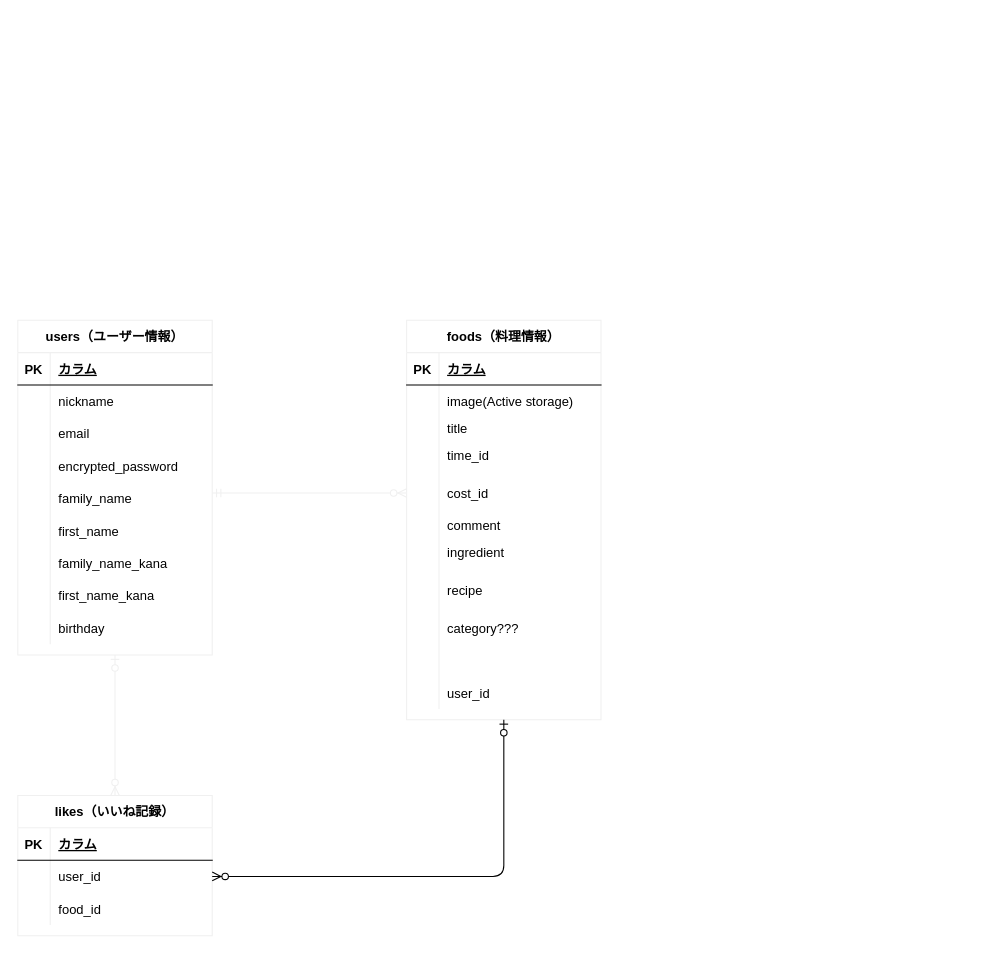
The draw.io diagram nutrik.dio in matsunaga1994/nutrik, before the edit. Source tidied: cells renumbered, new cells numbered last; positions are measured from the earlier drawing's top-left corner, leaving out a move shared by most shapes. Both pictures are drawn from the tidied source at 108%, with x=0, y=0 at pixel (17, 320).
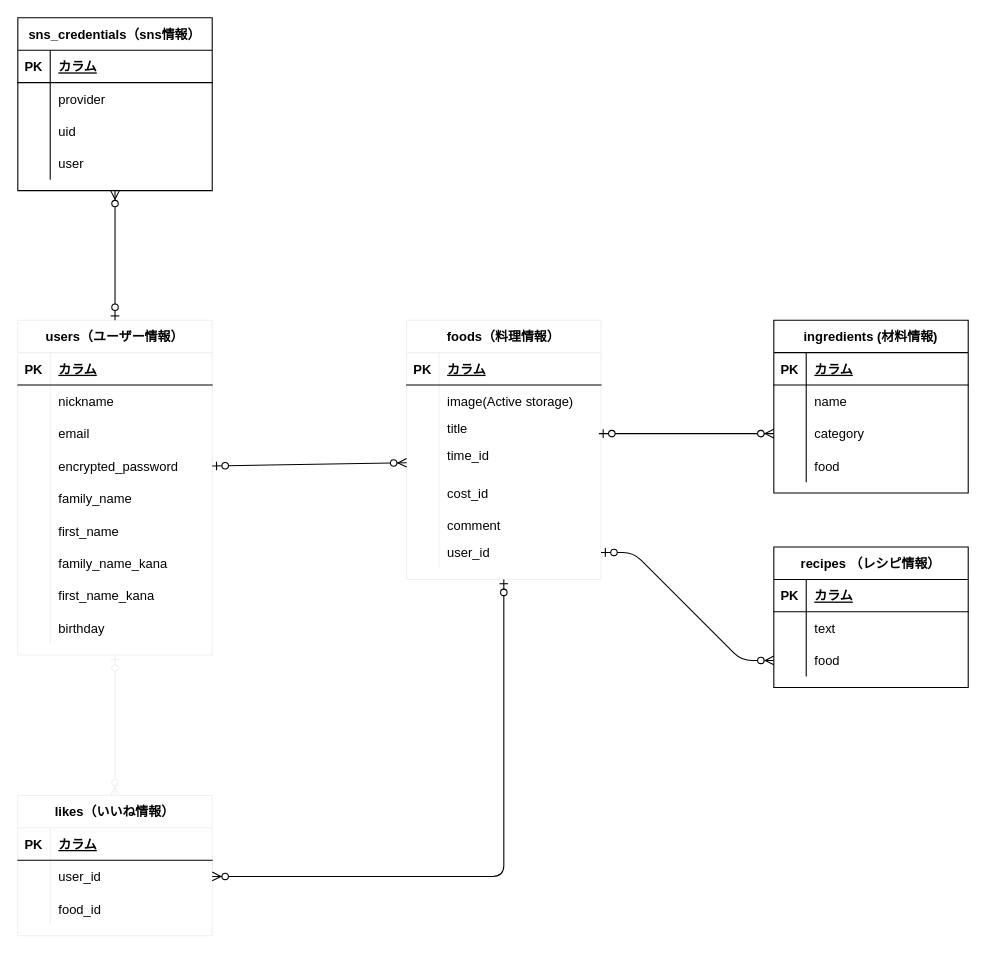
Above is the later version.

Commit message (it also covers changes not shown here):
ER図とREADMEの編集

Unchanged cells that the change refers to:
```xml
<mxCell id="2" value="users（ユーザー情報）" style="shape=table;startSize=30;childLayout=tableLayout;rowLines=0;fontStyle=1;align=center;strokeColor=#f0f0f0;" parent="1" vertex="1">
  <mxGeometry width="180" height="310" as="geometry" />
</mxCell>
<mxCell id="12" style="shape=partialRectangle;fillColor=none;top=0;left=0;bottom=0;right=0;points=[[0,0.5],[1,0.5]];portConstraint=eastwest;" parent="2" vertex="1">
  <mxGeometry y="120" width="180" height="30" as="geometry" />
</mxCell>
<mxCell id="40" style="shape=partialRectangle;fillColor=none;top=0;left=0;bottom=0;right=0;points=[[0,0.5],[1,0.5]];portConstraint=eastwest;" parent="30" vertex="1">
  <mxGeometry y="110" width="180" height="30" as="geometry" />
</mxCell>
<mxCell id="43" style="shape=partialRectangle;fillColor=none;top=0;left=0;bottom=0;right=0;points=[[0,0.5],[1,0.5]];portConstraint=eastwest;" parent="30" vertex="1">
  <mxGeometry y="140" width="180" height="40" as="geometry" />
</mxCell>
```

Diff of the diagram source:
```diff
@@
     <mxCell id="30" value="foods（料理情報）" style="shape=table;startSize=30;childLayout=tableLayout;rowLines=0;fontStyle=1;align=center;strokeColor=#f0f0f0;" parent="1" vertex="1">
-      <mxGeometry x="360" width="180" height="370" as="geometry" />
+      <mxGeometry x="360" width="180" height="240" as="geometry" />
     </mxCell>
@@
-    <mxCell id="49" style="shape=partialRectangle;fillColor=none;top=0;left=0;bottom=0;right=0;" parent="30" vertex="1">
-      <mxGeometry y="200" width="180" height="30" as="geometry" />
-    </mxCell>
-    <mxCell id="50" style="shape=partialRectangle;fillColor=none;top=0;left=0;bottom=0;right=0;overflow=hidden;" parent="49" vertex="1">
-      <mxGeometry width="30" height="30" as="geometry" />
-    </mxCell>
-    <mxCell id="51" value="ingredient" style="shape=partialRectangle;fillColor=none;top=0;left=0;bottom=0;right=0;align=left;spacingLeft=6;overflow=hidden;" parent="49" vertex="1">
-      <mxGeometry x="30" width="150" height="30" as="geometry" />
-    </mxCell>
-    <mxCell id="52" style="shape=partialRectangle;fillColor=none;top=0;left=0;bottom=0;right=0;" parent="30" vertex="1">
-      <mxGeometry y="230" width="180" height="40" as="geometry" />
-    </mxCell>
-    <mxCell id="53" style="shape=partialRectangle;fillColor=none;top=0;left=0;bottom=0;right=0;overflow=hidden;" parent="52" vertex="1">
-      <mxGeometry width="30" height="40" as="geometry" />
-    </mxCell>
-    <mxCell id="54" value="recipe" style="shape=partialRectangle;fillColor=none;top=0;left=0;bottom=0;right=0;align=left;spacingLeft=6;overflow=hidden;" parent="52" vertex="1">
-      <mxGeometry x="30" width="150" height="40" as="geometry" />
-    </mxCell>
-    <mxCell id="55" style="shape=partialRectangle;fillColor=none;top=0;left=0;bottom=0;right=0;" parent="30" vertex="1">
-      <mxGeometry y="270" width="180" height="30" as="geometry" />
-    </mxCell>
-    <mxCell id="56" style="shape=partialRectangle;fillColor=none;top=0;left=0;bottom=0;right=0;overflow=hidden;" parent="55" vertex="1">
-      <mxGeometry width="30" height="30" as="geometry" />
-    </mxCell>
-    <mxCell id="57" value="category???" style="shape=partialRectangle;fillColor=none;top=0;left=0;bottom=0;right=0;align=left;spacingLeft=6;overflow=hidden;" parent="55" vertex="1">
-      <mxGeometry x="30" width="150" height="30" as="geometry" />
-    </mxCell>
-    <mxCell id="58" style="shape=partialRectangle;fillColor=none;top=0;left=0;bottom=0;right=0;" parent="30" vertex="1">
-      <mxGeometry y="300" width="180" height="30" as="geometry" />
-    </mxCell>
-    <mxCell id="59" style="shape=partialRectangle;fillColor=none;top=0;left=0;bottom=0;right=0;overflow=hidden;" parent="58" vertex="1">
-      <mxGeometry width="30" height="30" as="geometry" />
-    </mxCell>
-    <mxCell id="60" style="shape=partialRectangle;fillColor=none;top=0;left=0;bottom=0;right=0;align=left;spacingLeft=6;overflow=hidden;" parent="58" vertex="1">
-      <mxGeometry x="30" width="150" height="30" as="geometry" />
-    </mxCell>
     <mxCell id="61" style="shape=partialRectangle;fillColor=none;top=0;left=0;bottom=0;right=0;points=[[0,0.5],[1,0.5]];portConstraint=eastwest;" parent="30" vertex="1">
-      <mxGeometry y="330" width="180" height="30" as="geometry" />
+      <mxGeometry y="200" width="180" height="30" as="geometry" />
     </mxCell>
@@
-    <mxCell id="64" value="likes（いいね記録）" style="shape=table;startSize=30;childLayout=tableLayout;rowLines=0;fontStyle=1;align=center;strokeColor=#f0f0f0;" parent="1" vertex="1">
+    <mxCell id="64" value="likes（いいね情報）" style="shape=table;startSize=30;childLayout=tableLayout;rowLines=0;fontStyle=1;align=center;strokeColor=#f0f0f0;" parent="1" vertex="1">
       <mxGeometry y="440" width="180" height="130" as="geometry" />
     </mxCell>
@@
-    <mxCell id="75" style="fontSize=12;html=1;endArrow=ERzeroToMany;startArrow=ERmandOne;strokeColor=#f0f0f0;entryX=0;entryY=0.5;entryDx=0;entryDy=0;" parent="1" edge="1" target="43">
-      <mxGeometry relative="1" as="geometry">
-        <mxPoint x="180" y="160" as="sourcePoint" />
-      </mxGeometry>
-    </mxCell>
@@
+    <mxCell id="77" value="ingredients (材料情報)" style="shape=table;startSize=30;childLayout=tableLayout;rowLines=0;fontStyle=1;align=center;" parent="1" vertex="1">
+      <mxGeometry x="700" width="180" height="160" as="geometry" />
+    </mxCell>
+    <mxCell id="78" style="shape=partialRectangle;fillColor=none;top=0;left=0;bottom=1;right=0;" parent="77" vertex="1">
+      <mxGeometry y="30" width="180" height="30" as="geometry" />
+    </mxCell>
+    <mxCell id="79" value="PK" style="shape=partialRectangle;fillColor=none;top=0;left=0;bottom=0;right=0;fontStyle=1;overflow=hidden;" parent="78" vertex="1">
+      <mxGeometry width="30" height="30" as="geometry" />
+    </mxCell>
+    <mxCell id="80" value="カラム" style="shape=partialRectangle;fillColor=none;top=0;left=0;bottom=0;right=0;align=left;spacingLeft=6;fontStyle=5;overflow=hidden;" parent="78" vertex="1">
+      <mxGeometry x="30" width="150" height="30" as="geometry" />
+    </mxCell>
+    <mxCell id="81" style="shape=partialRectangle;fillColor=none;top=0;left=0;bottom=0;right=0;" parent="77" vertex="1">
+      <mxGeometry y="60" width="180" height="30" as="geometry" />
+    </mxCell>
+    <mxCell id="82" style="shape=partialRectangle;fillColor=none;top=0;left=0;bottom=0;right=0;overflow=hidden;" parent="81" vertex="1">
+      <mxGeometry width="30" height="30" as="geometry" />
+    </mxCell>
+    <mxCell id="83" value="name" style="shape=partialRectangle;fillColor=none;top=0;left=0;bottom=0;right=0;align=left;spacingLeft=6;overflow=hidden;" parent="81" vertex="1">
+      <mxGeometry x="30" width="150" height="30" as="geometry" />
+    </mxCell>
+    <mxCell id="84" style="shape=partialRectangle;fillColor=none;top=0;left=0;bottom=0;right=0;points=[[0,0.5],[1,0.5]];portConstraint=eastwest;" parent="77" vertex="1">
+      <mxGeometry y="90" width="180" height="30" as="geometry" />
+    </mxCell>
+    <mxCell id="85" style="shape=partialRectangle;fillColor=none;top=0;left=0;bottom=0;right=0;overflow=hidden;" parent="84" vertex="1">
+      <mxGeometry width="30" height="30" as="geometry" />
+    </mxCell>
+    <mxCell id="86" value="category" style="shape=partialRectangle;fillColor=none;top=0;left=0;bottom=0;right=0;align=left;spacingLeft=6;overflow=hidden;" parent="84" vertex="1">
+      <mxGeometry x="30" width="150" height="30" as="geometry" />
+    </mxCell>
+    <mxCell id="87" style="shape=partialRectangle;fillColor=none;top=0;left=0;bottom=0;right=0;" parent="77" vertex="1">
+      <mxGeometry y="120" width="180" height="30" as="geometry" />
+    </mxCell>
+    <mxCell id="88" style="shape=partialRectangle;fillColor=none;top=0;left=0;bottom=0;right=0;overflow=hidden;" parent="87" vertex="1">
+      <mxGeometry width="30" height="30" as="geometry" />
+    </mxCell>
+    <mxCell id="89" value="food" style="shape=partialRectangle;fillColor=none;top=0;left=0;bottom=0;right=0;align=left;spacingLeft=6;overflow=hidden;" parent="87" vertex="1">
+      <mxGeometry x="30" width="150" height="30" as="geometry" />
+    </mxCell>
+    <mxCell id="90" value="recipes （レシピ情報）" style="shape=table;startSize=30;childLayout=tableLayout;rowLines=0;fontStyle=1;align=center;" parent="1" vertex="1">
+      <mxGeometry x="700" y="210" width="180" height="130" as="geometry" />
+    </mxCell>
+    <mxCell id="91" style="shape=partialRectangle;fillColor=none;top=0;left=0;bottom=1;right=0;" parent="90" vertex="1">
+      <mxGeometry y="30" width="180" height="30" as="geometry" />
+    </mxCell>
+    <mxCell id="92" value="PK" style="shape=partialRectangle;fillColor=none;top=0;left=0;bottom=0;right=0;fontStyle=1;overflow=hidden;" parent="91" vertex="1">
+      <mxGeometry width="30" height="30" as="geometry" />
+    </mxCell>
+    <mxCell id="93" value="カラム" style="shape=partialRectangle;fillColor=none;top=0;left=0;bottom=0;right=0;align=left;spacingLeft=6;fontStyle=5;overflow=hidden;" parent="91" vertex="1">
+      <mxGeometry x="30" width="150" height="30" as="geometry" />
+    </mxCell>
+    <mxCell id="94" style="shape=partialRectangle;fillColor=none;top=0;left=0;bottom=0;right=0;" parent="90" vertex="1">
+      <mxGeometry y="60" width="180" height="30" as="geometry" />
+    </mxCell>
+    <mxCell id="95" style="shape=partialRectangle;fillColor=none;top=0;left=0;bottom=0;right=0;overflow=hidden;" parent="94" vertex="1">
+      <mxGeometry width="30" height="30" as="geometry" />
+    </mxCell>
+    <mxCell id="96" value="text" style="shape=partialRectangle;fillColor=none;top=0;left=0;bottom=0;right=0;align=left;spacingLeft=6;overflow=hidden;" parent="94" vertex="1">
+      <mxGeometry x="30" width="150" height="30" as="geometry" />
+    </mxCell>
+    <mxCell id="97" style="shape=partialRectangle;fillColor=none;top=0;left=0;bottom=0;right=0;points=[[0,0.5],[1,0.5]];portConstraint=eastwest;" parent="90" vertex="1">
+      <mxGeometry y="90" width="180" height="30" as="geometry" />
+    </mxCell>
+    <mxCell id="98" style="shape=partialRectangle;fillColor=none;top=0;left=0;bottom=0;right=0;overflow=hidden;" parent="97" vertex="1">
+      <mxGeometry width="30" height="30" as="geometry" />
+    </mxCell>
+    <mxCell id="99" value="food" style="shape=partialRectangle;fillColor=none;top=0;left=0;bottom=0;right=0;align=left;spacingLeft=6;overflow=hidden;" parent="97" vertex="1">
+      <mxGeometry x="30" width="150" height="30" as="geometry" />
+    </mxCell>
+    <mxCell id="100" value="sns_credentials（sns情報）" style="shape=table;startSize=30;childLayout=tableLayout;rowLines=0;fontStyle=1;align=center;" parent="1" vertex="1">
+      <mxGeometry y="-280" width="180" height="160" as="geometry" />
+    </mxCell>
+    <mxCell id="101" style="shape=partialRectangle;fillColor=none;top=0;left=0;bottom=1;right=0;" parent="100" vertex="1">
+      <mxGeometry y="30" width="180" height="30" as="geometry" />
+    </mxCell>
+    <mxCell id="102" value="PK" style="shape=partialRectangle;fillColor=none;top=0;left=0;bottom=0;right=0;fontStyle=1;overflow=hidden;" parent="101" vertex="1">
+      <mxGeometry width="30" height="30" as="geometry" />
+    </mxCell>
+    <mxCell id="103" value="カラム" style="shape=partialRectangle;fillColor=none;top=0;left=0;bottom=0;right=0;align=left;spacingLeft=6;fontStyle=5;overflow=hidden;" parent="101" vertex="1">
+      <mxGeometry x="30" width="150" height="30" as="geometry" />
+    </mxCell>
+    <mxCell id="104" style="shape=partialRectangle;fillColor=none;top=0;left=0;bottom=0;right=0;" parent="100" vertex="1">
+      <mxGeometry y="60" width="180" height="30" as="geometry" />
+    </mxCell>
+    <mxCell id="105" style="shape=partialRectangle;fillColor=none;top=0;left=0;bottom=0;right=0;overflow=hidden;" parent="104" vertex="1">
+      <mxGeometry width="30" height="30" as="geometry" />
+    </mxCell>
+    <mxCell id="106" value="provider" style="shape=partialRectangle;fillColor=none;top=0;left=0;bottom=0;right=0;align=left;spacingLeft=6;overflow=hidden;" parent="104" vertex="1">
+      <mxGeometry x="30" width="150" height="30" as="geometry" />
+    </mxCell>
+    <mxCell id="107" style="shape=partialRectangle;fillColor=none;top=0;left=0;bottom=0;right=0;" parent="100" vertex="1">
+      <mxGeometry y="90" width="180" height="30" as="geometry" />
+    </mxCell>
+    <mxCell id="108" style="shape=partialRectangle;fillColor=none;top=0;left=0;bottom=0;right=0;overflow=hidden;" parent="107" vertex="1">
+      <mxGeometry width="30" height="30" as="geometry" />
+    </mxCell>
+    <mxCell id="109" value="uid" style="shape=partialRectangle;fillColor=none;top=0;left=0;bottom=0;right=0;align=left;spacingLeft=6;overflow=hidden;" parent="107" vertex="1">
+      <mxGeometry x="30" width="150" height="30" as="geometry" />
+    </mxCell>
+    <mxCell id="110" style="shape=partialRectangle;fillColor=none;top=0;left=0;bottom=0;right=0;" parent="100" vertex="1">
+      <mxGeometry y="120" width="180" height="30" as="geometry" />
+    </mxCell>
+    <mxCell id="111" style="shape=partialRectangle;fillColor=none;top=0;left=0;bottom=0;right=0;overflow=hidden;" parent="110" vertex="1">
+      <mxGeometry width="30" height="30" as="geometry" />
+    </mxCell>
+    <mxCell id="112" value="user" style="shape=partialRectangle;fillColor=none;top=0;left=0;bottom=0;right=0;align=left;spacingLeft=6;overflow=hidden;" parent="110" vertex="1">
+      <mxGeometry x="30" width="150" height="30" as="geometry" />
+    </mxCell>
+    <mxCell id="113" style="fontSize=12;html=1;endArrow=ERzeroToMany;startArrow=ERzeroToOne;entryX=0.5;entryY=1;entryDx=0;entryDy=0;exitX=0.5;exitY=0;exitDx=0;exitDy=0;" parent="1" edge="1" source="2" target="100">
+      <mxGeometry relative="1" as="geometry" />
+    </mxCell>
+    <mxCell id="114" style="fontSize=12;html=1;endArrow=ERzeroToMany;startArrow=ERzeroToOne;entryX=0;entryY=0.733;entryDx=0;entryDy=0;entryPerimeter=0;exitX=1;exitY=0.5;exitDx=0;exitDy=0;" parent="1" edge="1" source="12" target="40">
+      <mxGeometry relative="1" as="geometry" />
+    </mxCell>
+    <mxCell id="115" style="fontSize=12;html=1;endArrow=ERzeroToMany;startArrow=ERzeroToOne;entryX=0;entryY=0.5;entryDx=0;entryDy=0;" parent="1" edge="1" target="84">
+      <mxGeometry relative="1" as="geometry">
+        <mxPoint x="538" y="105" as="sourcePoint" />
+      </mxGeometry>
+    </mxCell>
+    <mxCell id="116" style="edgeStyle=entityRelationEdgeStyle;fontSize=12;html=1;endArrow=ERzeroToMany;startArrow=ERzeroToOne;entryX=0;entryY=0.5;entryDx=0;entryDy=0;exitX=1;exitY=0.5;exitDx=0;exitDy=0;" parent="1" edge="1" source="61" target="97">
+      <mxGeometry relative="1" as="geometry" />
+    </mxCell>
```
